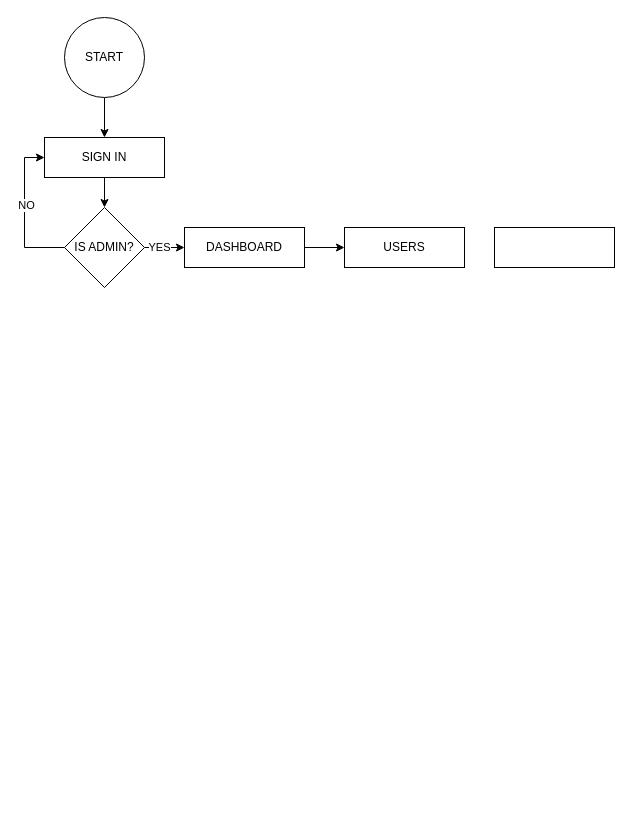
Earlier version of the draw.io diagram page "admin-flowchart" (5 of 10) of docs/FLOWCHART.drawio (5kydriven/alumni-tracker-system-nuxt). Source tidied: cells renumbered, new cells numbered last; positions are measured from the earlier drawing's top-left corner, leaving out a move shared by most shapes. Both pictures are drawn from the tidied source at 100%, with x=0, y=0 at pixel (44, 17).
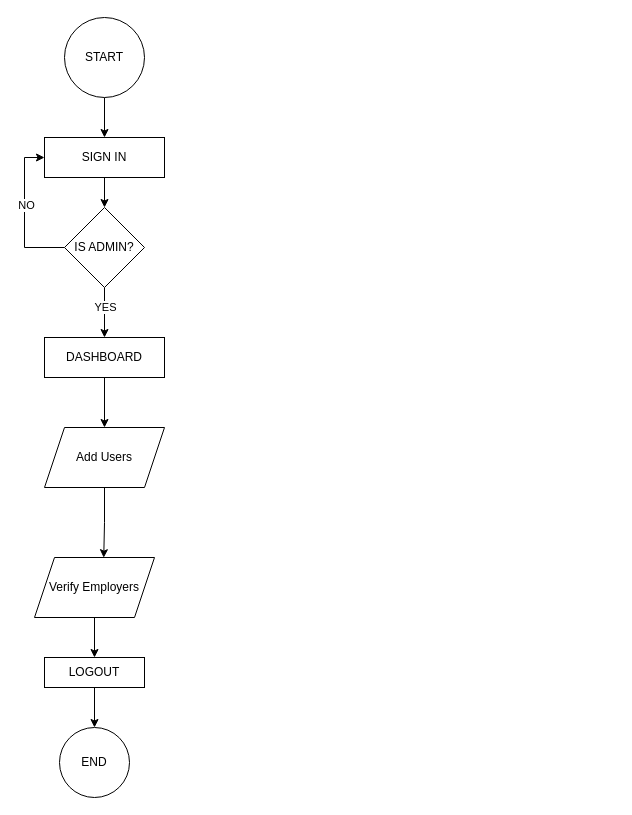
The same diagram, later.

The edit, as a diff of the source:
```diff
@@
 <mxGraphModel>
   <root>
     <mxCell id="0" />
     <mxCell id="1" parent="0" />
     <mxCell id="2" style="edgeStyle=orthogonalEdgeStyle;rounded=0;jettySize=auto;html=1;exitX=0.5;exitY=1;exitDx=0;exitDy=0;" parent="1" edge="1" source="3" target="5">
       <mxGeometry relative="1" as="geometry" />
     </mxCell>
     <mxCell id="3" value="START" style="ellipse;whiteSpace=wrap;html=1;" parent="1" vertex="1">
       <mxGeometry x="20" width="80" height="80" as="geometry" />
     </mxCell>
     <mxCell id="4" style="edgeStyle=orthogonalEdgeStyle;rounded=0;jettySize=auto;html=1;exitX=0.5;exitY=1;exitDx=0;exitDy=0;entryX=0.5;entryY=0;entryDx=0;entryDy=0;" parent="1" edge="1" source="5" target="10">
       <mxGeometry relative="1" as="geometry" />
     </mxCell>
     <mxCell id="5" value="SIGN IN" style="rounded=0;whiteSpace=wrap;html=1;" parent="1" vertex="1">
       <mxGeometry y="120" width="120" height="40" as="geometry" />
     </mxCell>
     <mxCell id="6" style="edgeStyle=orthogonalEdgeStyle;rounded=0;jettySize=auto;html=1;exitX=0;exitY=0.5;exitDx=0;exitDy=0;entryX=0;entryY=0.5;entryDx=0;entryDy=0;" parent="1" edge="1" source="10" target="5">
       <mxGeometry relative="1" as="geometry" />
     </mxCell>
     <mxCell id="7" value="NO" style="edgeLabel;html=1;align=center;verticalAlign=middle;" parent="6" vertex="1">
       <mxGeometry x="0.11" y="-1" relative="1" as="geometry" />
     </mxCell>
-    <mxCell id="8" style="edgeStyle=orthogonalEdgeStyle;rounded=0;jettySize=auto;html=1;exitX=1;exitY=0.5;exitDx=0;exitDy=0;entryX=0;entryY=0.5;entryDx=0;entryDy=0;" parent="1" edge="1" source="10" target="12">
+    <mxCell id="8" style="edgeStyle=orthogonalEdgeStyle;rounded=0;jettySize=auto;html=1;exitX=0.5;exitY=1;exitDx=0;exitDy=0;entryX=0.5;entryY=0;entryDx=0;entryDy=0;" parent="1" edge="1" source="10" target="12">
       <mxGeometry relative="1" as="geometry" />
     </mxCell>
     <mxCell id="9" value="YES" style="edgeLabel;html=1;align=center;verticalAlign=middle;" parent="8" vertex="1">
-      <mxGeometry x="-0.28" y="1" relative="1" as="geometry" />
+      <mxGeometry x="-0.23" relative="1" as="geometry" />
     </mxCell>
     <mxCell id="10" value="IS ADMIN?" style="rhombus;whiteSpace=wrap;html=1;" parent="1" vertex="1">
       <mxGeometry x="20" y="190" width="80" height="80" as="geometry" />
     </mxCell>
-    <mxCell id="11" style="edgeStyle=orthogonalEdgeStyle;rounded=0;jettySize=auto;html=1;exitX=1;exitY=0.5;exitDx=0;exitDy=0;" parent="1" edge="1" source="12" target="13">
-      <mxGeometry relative="1" as="geometry" />
-    </mxCell>
+    <mxCell id="15" style="edgeStyle=orthogonalEdgeStyle;rounded=0;jettySize=auto;html=1;exitX=0.5;exitY=1;exitDx=0;exitDy=0;entryX=0.5;entryY=0;entryDx=0;entryDy=0;" parent="1" edge="1" source="12" target="16">
+      <mxGeometry relative="1" as="geometry" />
+    </mxCell>
     <mxCell id="12" value="DASHBOARD" style="rounded=0;whiteSpace=wrap;html=1;" parent="1" vertex="1">
-      <mxGeometry x="140" y="210" width="120" height="40" as="geometry" />
+      <mxGeometry y="320" width="120" height="40" as="geometry" />
     </mxCell>
-    <mxCell id="13" value="USERS" style="rounded=0;whiteSpace=wrap;html=1;" parent="1" vertex="1">
-      <mxGeometry x="300" y="210" width="120" height="40" as="geometry" />
-    </mxCell>
-    <mxCell id="14" style="rounded=0;whiteSpace=wrap;html=1;" parent="1" vertex="1">
-      <mxGeometry x="450" y="210" width="120" height="40" as="geometry" />
-    </mxCell>
+    <mxCell id="16" value="&lt;font face=&quot;ARIAL&quot;&gt;Add Users&lt;/font&gt;" style="shape=parallelogram;perimeter=parallelogramPerimeter;whiteSpace=wrap;html=1;fixedSize=1;" parent="1" vertex="1">
+      <mxGeometry y="410" width="120" height="60" as="geometry" />
+    </mxCell>
+    <mxCell id="17" style="edgeStyle=orthogonalEdgeStyle;rounded=0;jettySize=auto;html=1;exitX=0.5;exitY=1;exitDx=0;exitDy=0;entryX=0.5;entryY=0;entryDx=0;entryDy=0;" parent="1" edge="1" source="18" target="21">
+      <mxGeometry relative="1" as="geometry" />
+    </mxCell>
+    <mxCell id="18" value="&lt;font face=&quot;ARIAL&quot;&gt;Verify Employers&lt;/font&gt;" style="shape=parallelogram;perimeter=parallelogramPerimeter;whiteSpace=wrap;html=1;fixedSize=1;" parent="1" vertex="1">
+      <mxGeometry x="-10" y="540" width="120" height="60" as="geometry" />
+    </mxCell>
+    <mxCell id="19" style="edgeStyle=orthogonalEdgeStyle;rounded=0;jettySize=auto;html=1;exitX=0.5;exitY=1;exitDx=0;exitDy=0;entryX=0.577;entryY=0.003;entryDx=0;entryDy=0;entryPerimeter=0;" parent="1" edge="1" source="16" target="18">
+      <mxGeometry relative="1" as="geometry" />
+    </mxCell>
+    <mxCell id="20" style="edgeStyle=orthogonalEdgeStyle;rounded=0;jettySize=auto;html=1;exitX=0.5;exitY=1;exitDx=0;exitDy=0;entryX=0.5;entryY=0;entryDx=0;entryDy=0;" parent="1" edge="1" source="21" target="22">
+      <mxGeometry relative="1" as="geometry" />
+    </mxCell>
+    <mxCell id="21" value="&lt;font face=&quot;ARIAL&quot;&gt;LOGOUT&lt;/font&gt;" style="rounded=0;whiteSpace=wrap;html=1;" parent="1" vertex="1">
+      <mxGeometry y="640" width="100" height="30" as="geometry" />
+    </mxCell>
+    <mxCell id="22" value="&lt;font face=&quot;ARIAL&quot;&gt;END&lt;/font&gt;" style="ellipse;whiteSpace=wrap;html=1;" parent="1" vertex="1">
+      <mxGeometry x="15" y="710" width="70" height="70" as="geometry" />
+    </mxCell>
   </root>
 </mxGraphModel>
```
